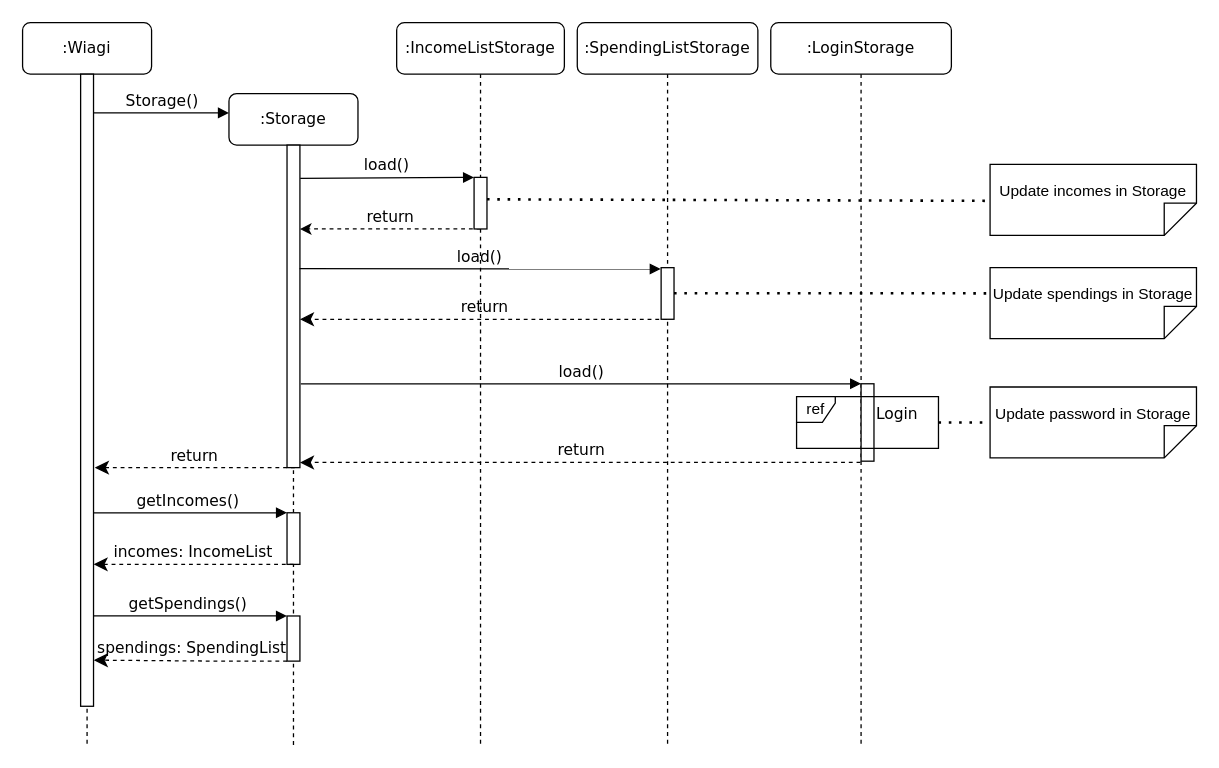
Earlier version of the draw.io diagram page "load()" (1 of 3) of docs/Diagrams/Storage/storage.drawio (wongwh2002/CS2113TeamProject). Source tidied: cells renumbered, new cells numbered last; positions are measured from the earlier drawing's top-left corner, leaving out a move shared by most shapes. Both pictures are drawn from the tidied source at 129%, with x=0, y=0 at pixel (22, 22).
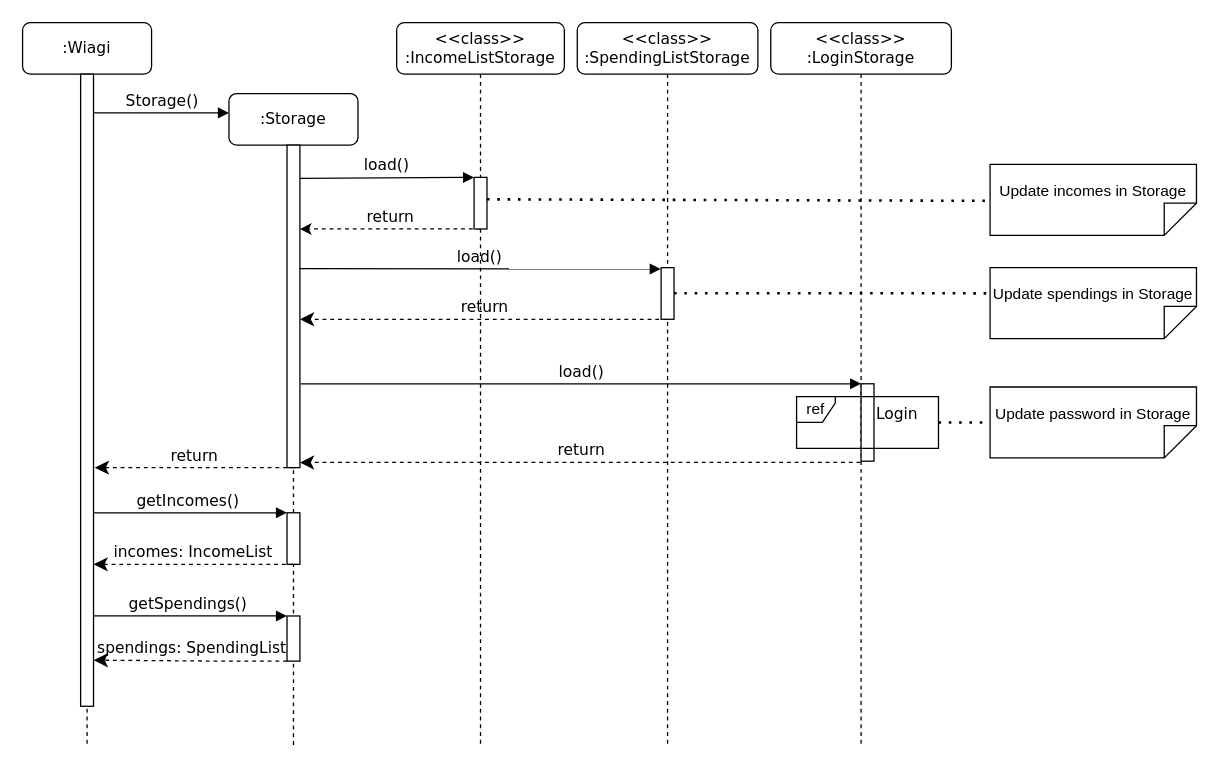
After the change.

Commit message (it also covers changes not shown here):
Add <<class>> to call to static methods

Diff of the diagram source:
```diff
@@
-    <mxCell id="12" value=":IncomeListStorage" style="shape=umlLifeline;perimeter=lifelinePerimeter;whiteSpace=wrap;html=1;rounded=1;shadow=0;comic=0;labelBackgroundColor=none;strokeWidth=1;fontFamily=Verdana;fontSize=12;align=center;" parent="1" vertex="1">
+    <mxCell id="12" value="&amp;lt;&amp;lt;class&amp;gt;&amp;gt;&lt;br&gt;:IncomeListStorage" style="shape=umlLifeline;perimeter=lifelinePerimeter;whiteSpace=wrap;html=1;rounded=1;shadow=0;comic=0;labelBackgroundColor=none;strokeWidth=1;fontFamily=Verdana;fontSize=12;align=center;" parent="1" vertex="1">
       <mxGeometry x="290" width="130" height="560" as="geometry" />
     </mxCell>
@@
-    <mxCell id="19" value=":SpendingListStorage" style="shape=umlLifeline;perimeter=lifelinePerimeter;whiteSpace=wrap;html=1;outlineConnect=0;rounded=1;shadow=0;comic=0;labelBackgroundColor=none;strokeWidth=1;fontFamily=Verdana;fontSize=12;align=center;" parent="1" vertex="1">
+    <mxCell id="19" value="&amp;lt;&amp;lt;class&amp;gt;&amp;gt;&lt;br&gt;:SpendingListStorage" style="shape=umlLifeline;perimeter=lifelinePerimeter;whiteSpace=wrap;html=1;outlineConnect=0;rounded=1;shadow=0;comic=0;labelBackgroundColor=none;strokeWidth=1;fontFamily=Verdana;fontSize=12;align=center;" parent="1" vertex="1">
       <mxGeometry x="430" width="140" height="560" as="geometry" />
     </mxCell>
@@
-    <mxCell id="21" value=":LoginStorage" style="shape=umlLifeline;perimeter=lifelinePerimeter;whiteSpace=wrap;html=1;rounded=1;shadow=0;comic=0;labelBackgroundColor=none;strokeWidth=1;fontFamily=Verdana;fontSize=12;align=center;" parent="1" vertex="1">
+    <mxCell id="21" value="&amp;lt;&amp;lt;class&amp;gt;&amp;gt;&lt;br&gt;:LoginStorage" style="shape=umlLifeline;perimeter=lifelinePerimeter;whiteSpace=wrap;html=1;rounded=1;shadow=0;comic=0;labelBackgroundColor=none;strokeWidth=1;fontFamily=Verdana;fontSize=12;align=center;" parent="1" vertex="1">
       <mxGeometry x="580" width="140" height="560" as="geometry" />
     </mxCell>
```
